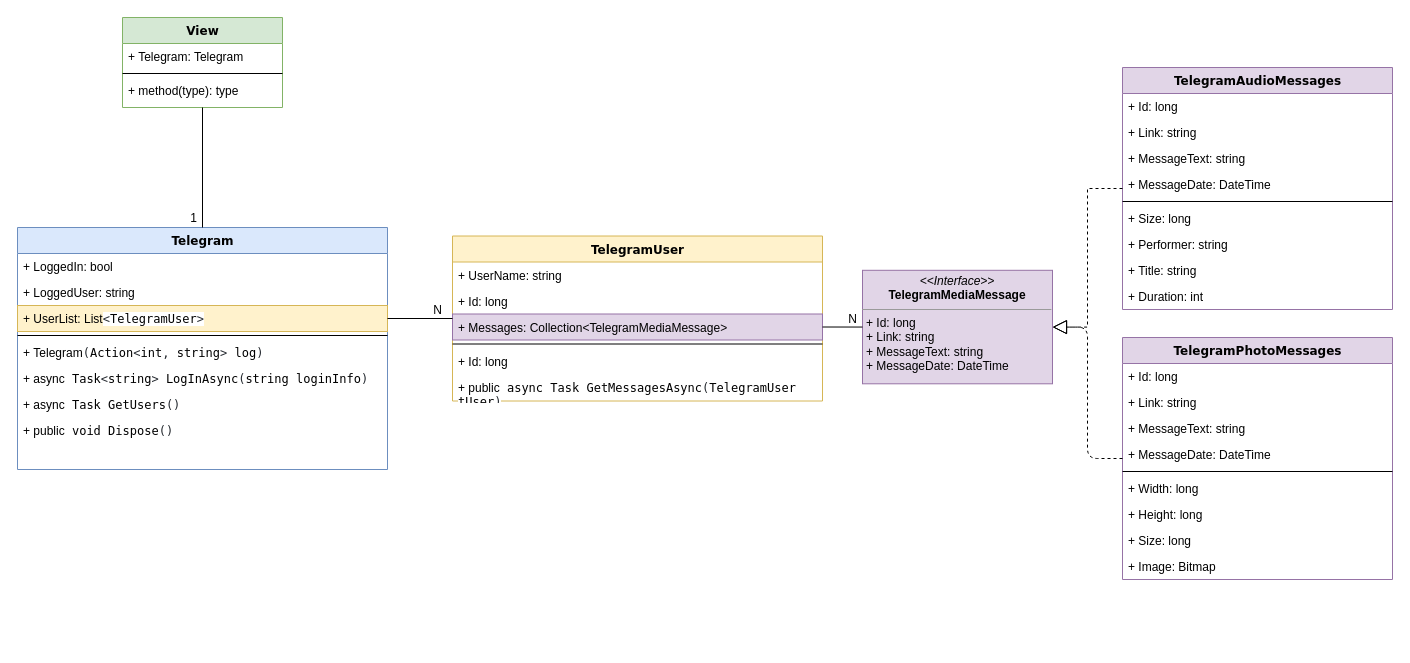
konoplinovich/Diagrams keeps this draw.io diagram as page "Page-1" (1 of 2) of gb_classes.drawio. Above is the earlier version. Source tidied: cells renumbered, new cells numbered last; positions are measured from the earlier drawing's top-left corner, leaving out a move shared by most shapes. Both pictures are drawn from the tidied source at 100%, with x=0, y=0 at pixel (17, 17).
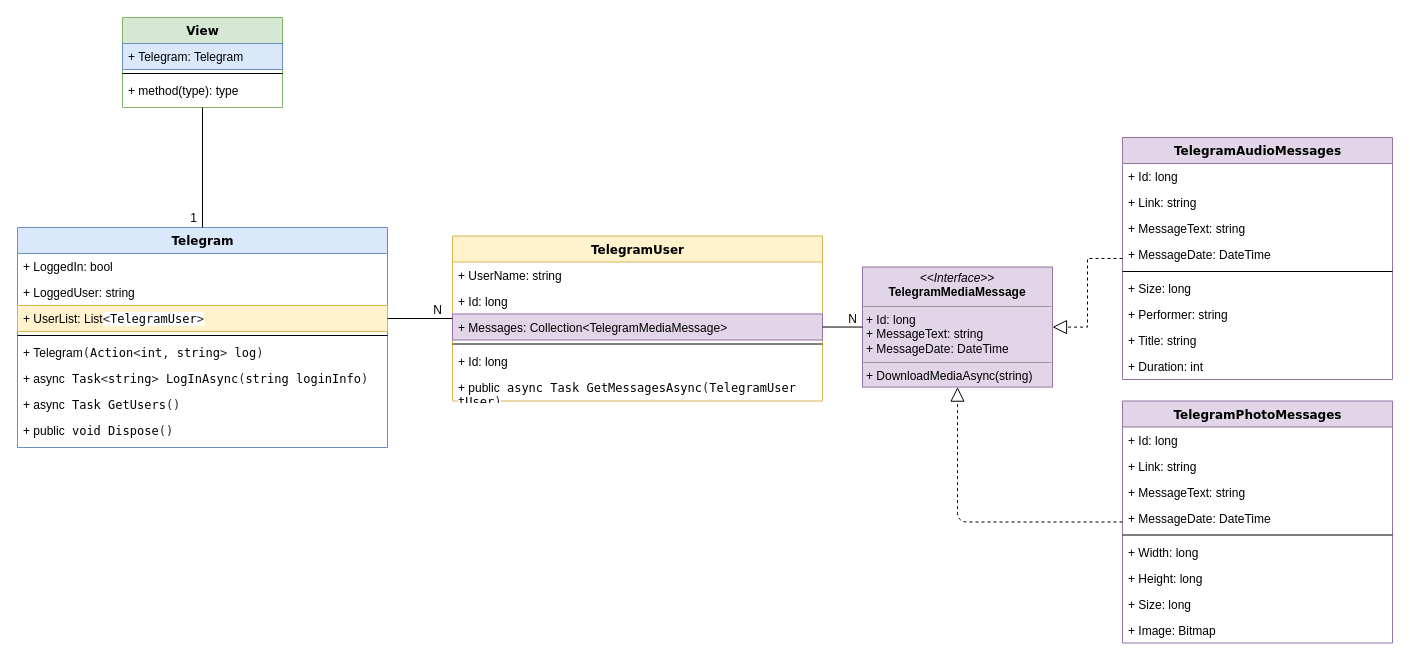
The same page after the edit.

The change refers to these unchanged cells:
```xml
<mxCell id="2" value="View" style="swimlane;html=1;fontStyle=1;align=center;verticalAlign=top;horizontal=1;startSize=26;swimlaneFillColor=#ffffff;rounded=0;shadow=0;comic=0;labelBackgroundColor=none;strokeWidth=1;fillColor=#d5e8d4;fontFamily=Verdana;fontSize=12;strokeColor=#82b366;" parent="1" vertex="1">
  <mxGeometry x="105" width="160" height="90" as="geometry" />
</mxCell>
```

What changed in the source:
```diff
@@
-    <mxCell id="3" value="+ Telegram: Telegram" style="text;html=1;strokeColor=none;fillColor=none;align=left;verticalAlign=top;spacingLeft=4;spacingRight=4;whiteSpace=wrap;overflow=hidden;" parent="2" vertex="1">
+    <mxCell id="3" value="+ Telegram: Telegram" style="text;html=1;strokeColor=#6c8ebf;fillColor=#dae8fc;align=left;verticalAlign=top;spacingLeft=4;spacingRight=4;whiteSpace=wrap;overflow=hidden;" parent="2" vertex="1">
       <mxGeometry y="26" width="160" height="26" as="geometry" />
     </mxCell>
@@
     <mxCell id="13" value="Telegram" style="swimlane;html=1;fontStyle=1;align=center;verticalAlign=top;horizontal=1;startSize=26;swimlaneFillColor=#ffffff;rounded=0;shadow=0;comic=0;labelBackgroundColor=none;strokeWidth=1;fillColor=#dae8fc;fontFamily=Verdana;fontSize=12;strokeColor=#6c8ebf;" parent="1" vertex="1">
-      <mxGeometry y="210" width="370" height="242" as="geometry" />
+      <mxGeometry y="210" width="370" height="220" as="geometry" />
     </mxCell>
@@
     <mxCell id="26" value="TelegramPhotoMessages" style="swimlane;html=1;fontStyle=1;align=center;verticalAlign=top;horizontal=1;startSize=26;swimlaneFillColor=#ffffff;rounded=0;shadow=0;comic=0;labelBackgroundColor=none;strokeWidth=1;fillColor=#e1d5e7;fontFamily=Verdana;fontSize=12;strokeColor=#9673a6;" parent="1" vertex="1">
-      <mxGeometry x="1105" y="320" width="270" height="242" as="geometry" />
+      <mxGeometry x="1105" y="383.5" width="270" height="242" as="geometry" />
     </mxCell>
@@
-    <mxCell id="36" value="&lt;p style=&quot;margin:0px;margin-top:4px;text-align:center;&quot;&gt;&lt;i&gt;&amp;lt;&amp;lt;Interface&amp;gt;&amp;gt;&lt;/i&gt;&lt;br&gt;&lt;b&gt;TelegramMediaMessage&lt;/b&gt;&lt;/p&gt;&lt;hr size=&quot;1&quot;&gt;&lt;p style=&quot;margin:0px;margin-left:4px;&quot;&gt;+ Id: long&lt;/p&gt;&lt;p style=&quot;margin:0px;margin-left:4px;&quot;&gt;+ Link: string&lt;br&gt;&lt;/p&gt;&lt;p style=&quot;margin:0px;margin-left:4px;&quot;&gt;+&amp;nbsp;MessageText: string&lt;br&gt;&lt;/p&gt;&lt;p style=&quot;margin:0px;margin-left:4px;&quot;&gt;+ MessageDate: DateTime&lt;/p&gt;" style="verticalAlign=top;align=left;overflow=fill;fontSize=12;fontFamily=Helvetica;html=1;rounded=0;shadow=0;comic=0;labelBackgroundColor=none;strokeWidth=1;fillColor=#e1d5e7;strokeColor=#9673a6;fontColor=default;" parent="1" vertex="1">
-      <mxGeometry x="845" y="252.8" width="190" height="113.5" as="geometry" />
+    <mxCell id="36" value="&lt;p style=&quot;margin:0px;margin-top:4px;text-align:center;&quot;&gt;&lt;i&gt;&amp;lt;&amp;lt;Interface&amp;gt;&amp;gt;&lt;/i&gt;&lt;br&gt;&lt;b&gt;TelegramMediaMessage&lt;/b&gt;&lt;/p&gt;&lt;hr size=&quot;1&quot;&gt;&lt;p style=&quot;margin:0px;margin-left:4px;&quot;&gt;+ Id: long&lt;/p&gt;&lt;p style=&quot;margin:0px;margin-left:4px;&quot;&gt;&lt;span style=&quot;background-color: initial;&quot;&gt;+&amp;nbsp;MessageText: string&lt;/span&gt;&lt;br&gt;&lt;/p&gt;&lt;p style=&quot;margin:0px;margin-left:4px;&quot;&gt;+ MessageDate: DateTime&lt;/p&gt;&lt;hr style=&quot;border-color: var(--border-color);&quot; size=&quot;1&quot;&gt;&lt;p style=&quot;border-color: var(--border-color); margin: 0px 0px 0px 4px;&quot;&gt;+ DownloadMediaAsync(string)&lt;br&gt;&lt;/p&gt;" style="verticalAlign=top;align=left;overflow=fill;fontSize=12;fontFamily=Helvetica;html=1;rounded=0;shadow=0;comic=0;labelBackgroundColor=none;strokeWidth=1;fillColor=#e1d5e7;strokeColor=#9673a6;fontColor=default;" parent="1" vertex="1">
+      <mxGeometry x="845" y="249.5" width="190" height="120.1" as="geometry" />
     </mxCell>
@@
     <mxCell id="40" value="TelegramAudioMessages" style="swimlane;html=1;fontStyle=1;align=center;verticalAlign=top;horizontal=1;startSize=26;swimlaneFillColor=#ffffff;rounded=0;shadow=0;comic=0;labelBackgroundColor=none;strokeWidth=1;fillColor=#e1d5e7;fontFamily=Verdana;fontSize=12;strokeColor=#9673a6;" parent="1" vertex="1">
-      <mxGeometry x="1105" y="50" width="270" height="242" as="geometry" />
+      <mxGeometry x="1105" y="120" width="270" height="242" as="geometry" />
     </mxCell>
```
